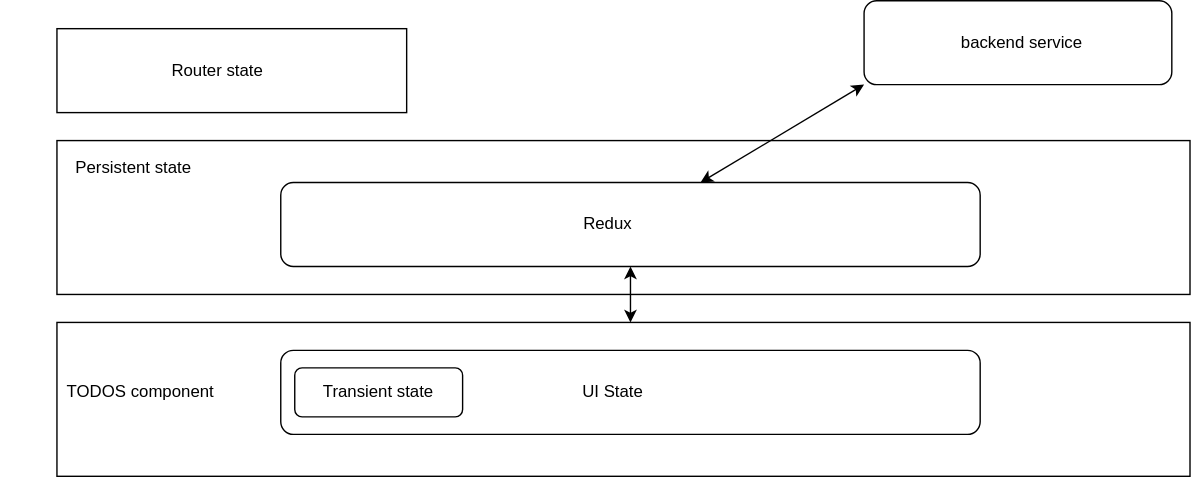
Earlier version of the draw.io export Phase03-sagas.svg (PetrBorak/state-management-react). Source tidied: cells renumbered, new cells last; positions are measured from the earlier drawing's top-left corner, leaving out a move shared by most shapes. Source of this version:
```xml
<mxGraphModel>
  <root>
    <mxCell id="0" />
    <mxCell id="1" parent="0" />
    <mxCell id="2" style="rounded=0;whiteSpace=wrap;html=1;" parent="1" vertex="1">
      <mxGeometry x="40" y="100" width="810" height="110" as="geometry" />
    </mxCell>
    <mxCell id="3" style="rounded=0;whiteSpace=wrap;html=1;" parent="1" vertex="1">
      <mxGeometry x="40" y="230" width="810" height="110" as="geometry" />
    </mxCell>
    <mxCell id="4" style="rounded=1;whiteSpace=wrap;html=1;" parent="1" vertex="1">
      <mxGeometry x="200" y="250" width="500" height="60" as="geometry" />
    </mxCell>
    <mxCell id="5" value="TODOS component" style="text;html=1;strokeColor=none;fillColor=none;align=center;verticalAlign=middle;whiteSpace=wrap;rounded=0;" parent="1" vertex="1">
      <mxGeometry y="270" width="200" height="20" as="geometry" />
    </mxCell>
    <mxCell id="6" style="rounded=1;whiteSpace=wrap;html=1;" parent="1" vertex="1">
      <mxGeometry x="617" width="220" height="60" as="geometry" />
    </mxCell>
    <mxCell id="7" value="backend service" style="text;html=1;strokeColor=none;fillColor=none;align=center;verticalAlign=middle;whiteSpace=wrap;rounded=0;" parent="1" vertex="1">
      <mxGeometry x="680" y="20" width="100" height="20" as="geometry" />
    </mxCell>
    <mxCell id="8" value="UI State" style="text;html=1;strokeColor=none;fillColor=none;align=left;verticalAlign=middle;whiteSpace=wrap;rounded=0;" parent="1" vertex="1">
      <mxGeometry x="414" y="270" width="90" height="20" as="geometry" />
    </mxCell>
    <mxCell id="9" style="rounded=0;whiteSpace=wrap;html=1;" parent="1" vertex="1">
      <mxGeometry x="40" y="20" width="250" height="60" as="geometry" />
    </mxCell>
    <mxCell id="10" value="Persistent state" style="text;html=1;strokeColor=none;fillColor=none;align=center;verticalAlign=middle;whiteSpace=wrap;rounded=0;" parent="1" vertex="1">
      <mxGeometry x="25" y="110" width="140" height="20" as="geometry" />
    </mxCell>
    <mxCell id="11" style="rounded=1;whiteSpace=wrap;html=1;align=left;" parent="1" vertex="1">
      <mxGeometry x="200" y="130" width="500" height="60" as="geometry" />
    </mxCell>
    <mxCell id="12" value="Redux" style="text;html=1;strokeColor=none;fillColor=none;align=center;verticalAlign=middle;whiteSpace=wrap;rounded=0;" parent="1" vertex="1">
      <mxGeometry x="414" y="150" width="40" height="20" as="geometry" />
    </mxCell>
    <mxCell id="13" value="Router state" style="text;html=1;strokeColor=none;fillColor=none;align=center;verticalAlign=middle;whiteSpace=wrap;rounded=0;" parent="1" vertex="1">
      <mxGeometry x="110" y="40" width="90" height="20" as="geometry" />
    </mxCell>
    <mxCell id="14" style="rounded=1;whiteSpace=wrap;html=1;align=left;" parent="1" vertex="1">
      <mxGeometry x="210" y="262.5" width="120" height="35" as="geometry" />
    </mxCell>
    <mxCell id="15" value="Transient state" style="text;html=1;strokeColor=none;fillColor=none;align=center;verticalAlign=middle;whiteSpace=wrap;rounded=0;" parent="1" vertex="1">
      <mxGeometry x="220" y="270" width="100" height="20" as="geometry" />
    </mxCell>
    <mxCell id="16" style="endArrow=classic;startArrow=classic;html=1;exitX=0;exitY=1;exitDx=0;exitDy=0;" parent="1" edge="1" source="6" target="11">
      <mxGeometry relative="1" as="geometry" />
    </mxCell>
    <mxCell id="17" style="endArrow=classic;startArrow=classic;html=1;" parent="1" edge="1" target="11">
      <mxGeometry relative="1" as="geometry">
        <mxPoint x="450" y="230" as="sourcePoint" />
      </mxGeometry>
    </mxCell>
  </root>
</mxGraphModel>
```
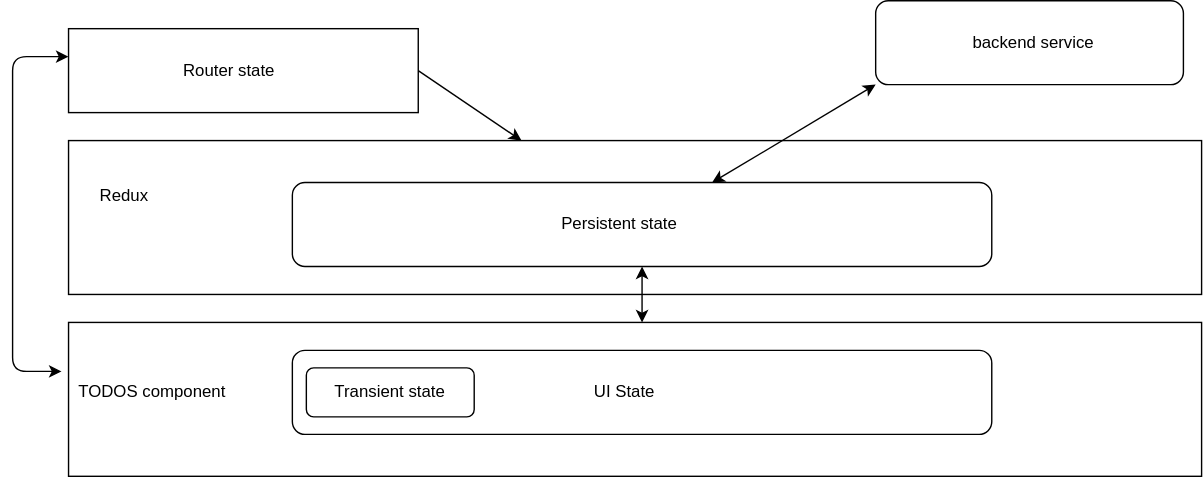
Later version of the same file.

Diff of the diagram source:
```diff
@@ -5,6 +5,9 @@
     <mxCell id="2" style="rounded=0;whiteSpace=wrap;html=1;" parent="1" vertex="1">
       <mxGeometry x="40" y="100" width="810" height="110" as="geometry" />
     </mxCell>
+    <mxCell id="11" style="rounded=1;whiteSpace=wrap;html=1;align=left;" parent="1" vertex="1">
+      <mxGeometry x="200" y="130" width="500" height="60" as="geometry" />
+    </mxCell>
     <mxCell id="3" style="rounded=0;whiteSpace=wrap;html=1;" parent="1" vertex="1">
       <mxGeometry x="40" y="230" width="810" height="110" as="geometry" />
     </mxCell>
@@ -27,13 +30,10 @@
       <mxGeometry x="40" y="20" width="250" height="60" as="geometry" />
     </mxCell>
     <mxCell id="10" value="Persistent state" style="text;html=1;strokeColor=none;fillColor=none;align=center;verticalAlign=middle;whiteSpace=wrap;rounded=0;" parent="1" vertex="1">
-      <mxGeometry x="25" y="110" width="140" height="20" as="geometry" />
+      <mxGeometry x="364" y="150" width="140" height="20" as="geometry" />
     </mxCell>
-    <mxCell id="11" style="rounded=1;whiteSpace=wrap;html=1;align=left;" parent="1" vertex="1">
-      <mxGeometry x="200" y="130" width="500" height="60" as="geometry" />
-    </mxCell>
     <mxCell id="12" value="Redux" style="text;html=1;strokeColor=none;fillColor=none;align=center;verticalAlign=middle;whiteSpace=wrap;rounded=0;" parent="1" vertex="1">
-      <mxGeometry x="414" y="150" width="40" height="20" as="geometry" />
+      <mxGeometry x="60" y="130" width="40" height="20" as="geometry" />
     </mxCell>
     <mxCell id="13" value="Router state" style="text;html=1;strokeColor=none;fillColor=none;align=center;verticalAlign=middle;whiteSpace=wrap;rounded=0;" parent="1" vertex="1">
       <mxGeometry x="110" y="40" width="90" height="20" as="geometry" />
@@ -52,5 +52,17 @@
         <mxPoint x="450" y="230" as="sourcePoint" />
       </mxGeometry>
     </mxCell>
+    <mxCell id="18" style="endArrow=classic;startArrow=classic;html=1;exitX=0.175;exitY=-0.25;exitDx=0;exitDy=0;exitPerimeter=0;" parent="1" edge="1" source="5">
+      <mxGeometry relative="1" as="geometry">
+        <mxPoint x="40" y="40" as="targetPoint" />
+        <Array as="points">
+          <mxPoint y="265" />
+          <mxPoint y="40" />
+        </Array>
+      </mxGeometry>
+    </mxCell>
+    <mxCell id="19" style="endArrow=classic;html=1;exitX=1;exitY=0.5;exitDx=0;exitDy=0;" parent="1" edge="1" source="9" target="2">
+      <mxGeometry relative="1" as="geometry" />
+    </mxCell>
   </root>
 </mxGraphModel>
```
